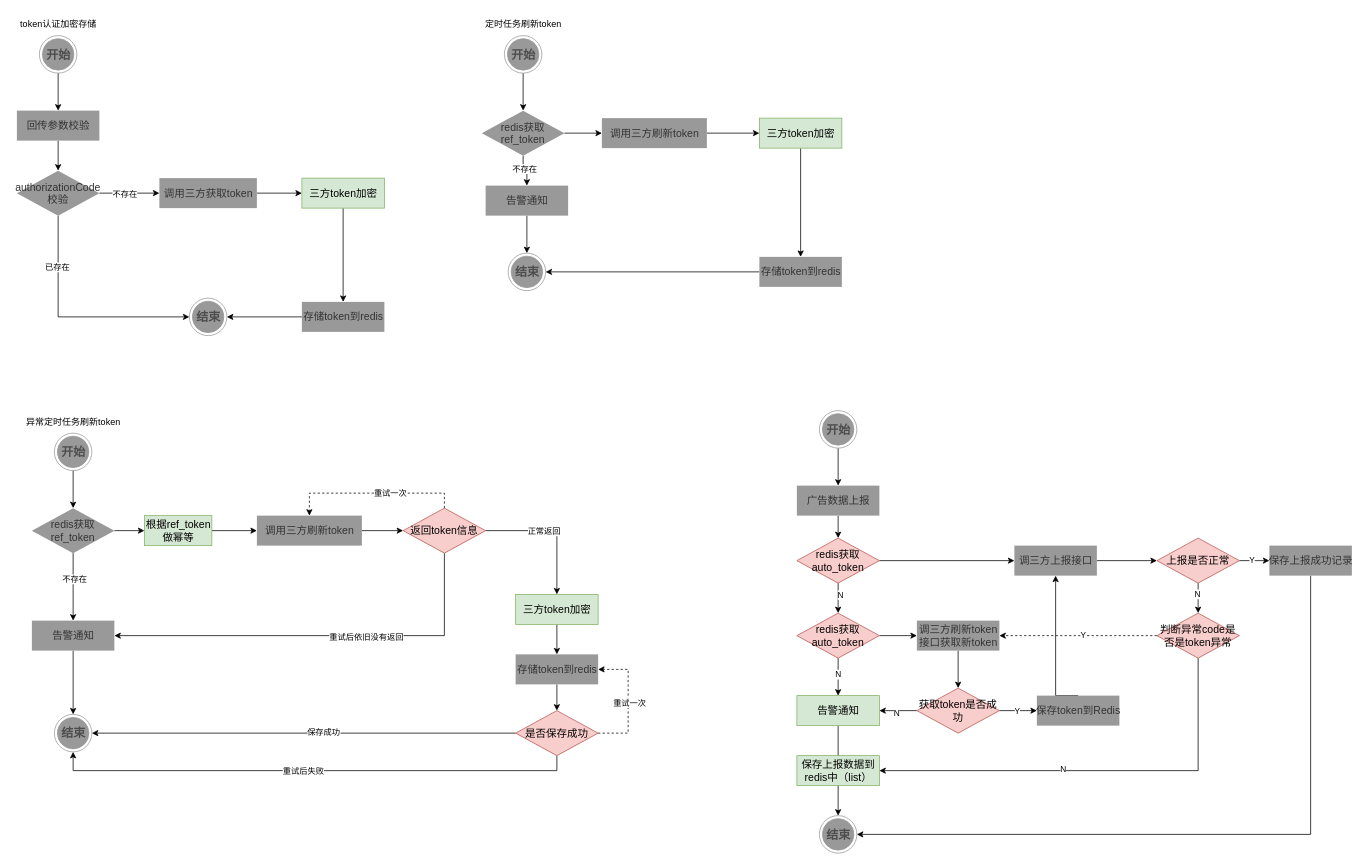
This is page "稳定性保障" (16 of 18) of src/draw/广告投放系统.drawio from y13513867074/draw, a draw.io file, before an edit. Source tidied: cells renumbered, new cells numbered last; positions are measured from the earlier drawing's top-left corner, leaving out a move shared by most shapes. Both pictures are drawn from the tidied source at 75%, with x=0, y=0 at pixel (13, 13).
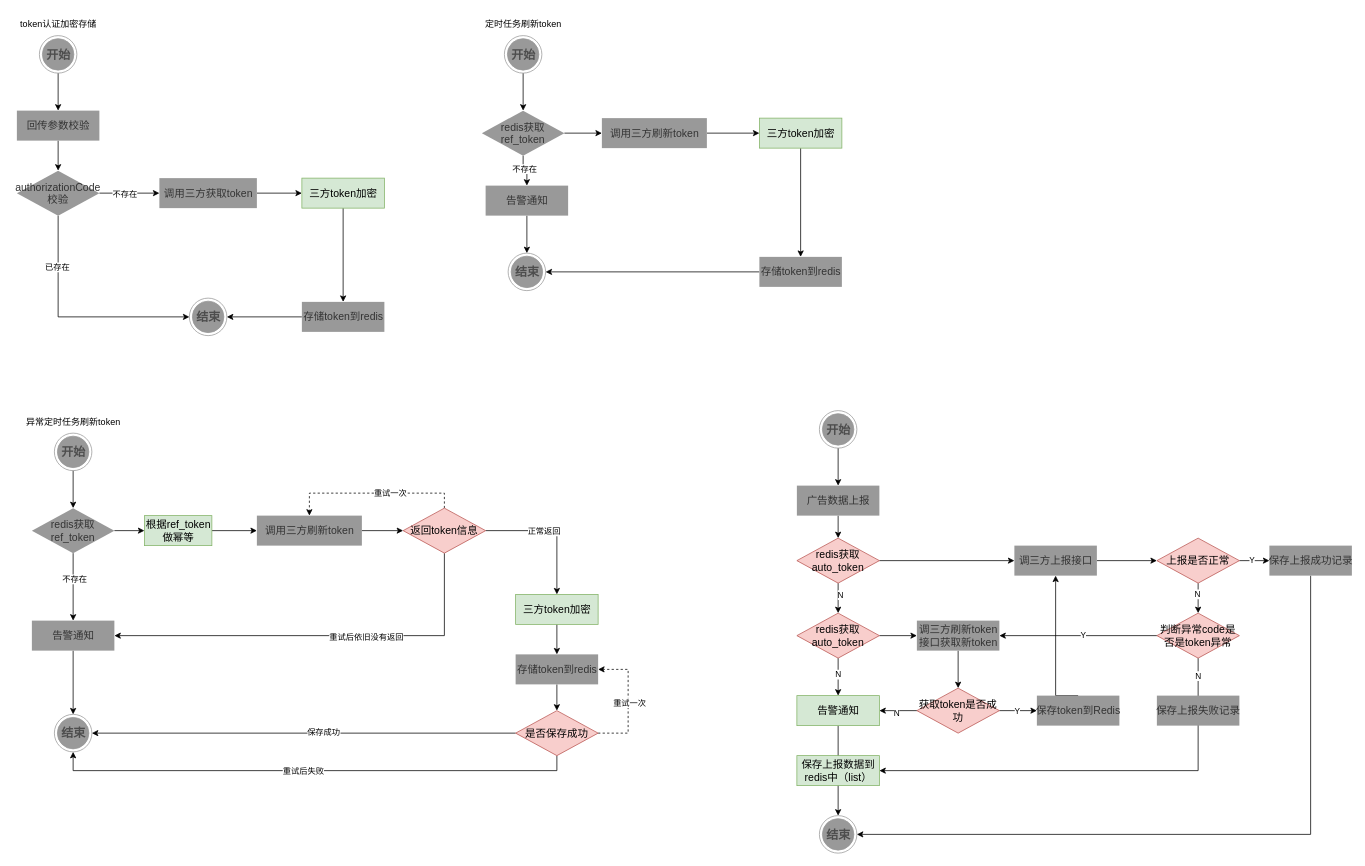
The same page after the edit.

Unchanged cells that the change refers to:
```xml
<mxCell id="92" value="调三方刷新token&lt;div&gt;接口获取新token&lt;/div&gt;" style="html=1;rounded=0;shadow=0;glass=0;labelBorderColor=none;strokeColor=none;fontFamily=Helvetica;fontSize=14;fontColor=#333333;startSize=23;fillColor=#999999;arcSize=8;strokeWidth=1;flipV=1;flipH=1;sketch=0;" parent="1" vertex="1">
  <mxGeometry x="1205" y="810" width="110" height="40" as="geometry" />
</mxCell>
<mxCell id="101" style="edgeStyle=orthogonalEdgeStyle;rounded=0;jettySize=auto;html=1;exitX=0.5;exitY=1;exitDx=0;exitDy=0;entryX=1;entryY=0.5;entryDx=0;entryDy=0;" parent="1" edge="1" source="105" target="93">
  <mxGeometry relative="1" as="geometry" />
</mxCell>
<mxCell id="105" value="判断异常code是否是token异常" style="rhombus;whiteSpace=wrap;html=1;fontSize=14;fillColor=#f8cecc;strokeColor=#b85450;rounded=0;shadow=0;glass=0;labelBorderColor=none;startSize=23;arcSize=8;strokeWidth=1;sketch=0;fontFamily=Helvetica;" parent="1" vertex="1">
  <mxGeometry x="1525" y="800" width="110" height="60" as="geometry" />
</mxCell>
```

What changed in the source:
```diff
@@
     <mxCell id="102" value="N" style="edgeLabel;html=1;align=center;verticalAlign=middle;" parent="101" vertex="1">
-      <mxGeometry x="0.15" y="-3" relative="1" as="geometry" />
+      <mxGeometry x="-0.92" y="-1" relative="1" as="geometry" />
     </mxCell>
-    <mxCell id="103" style="edgeStyle=orthogonalEdgeStyle;rounded=0;jettySize=auto;html=1;exitX=0;exitY=0.5;exitDx=0;exitDy=0;entryX=1;entryY=0.5;entryDx=0;entryDy=0;dashed=1;" parent="1" edge="1" source="105" target="92">
+    <mxCell id="103" style="edgeStyle=orthogonalEdgeStyle;rounded=0;jettySize=auto;html=1;exitX=0;exitY=0.5;exitDx=0;exitDy=0;entryX=1;entryY=0.5;entryDx=0;entryDy=0;" parent="1" edge="1" source="105" target="92">
       <mxGeometry relative="1" as="geometry" />
     </mxCell>
@@
+    <mxCell id="106" value="保存上报失败记录" style="html=1;rounded=0;shadow=0;glass=0;labelBorderColor=none;strokeColor=none;fontFamily=Helvetica;fontSize=14;fontColor=#333333;startSize=23;fillColor=#999999;arcSize=8;strokeWidth=1;flipV=1;flipH=1;sketch=0;" parent="1" vertex="1">
+      <mxGeometry x="1525" y="910" width="110" height="40" as="geometry" />
+    </mxCell>
```
